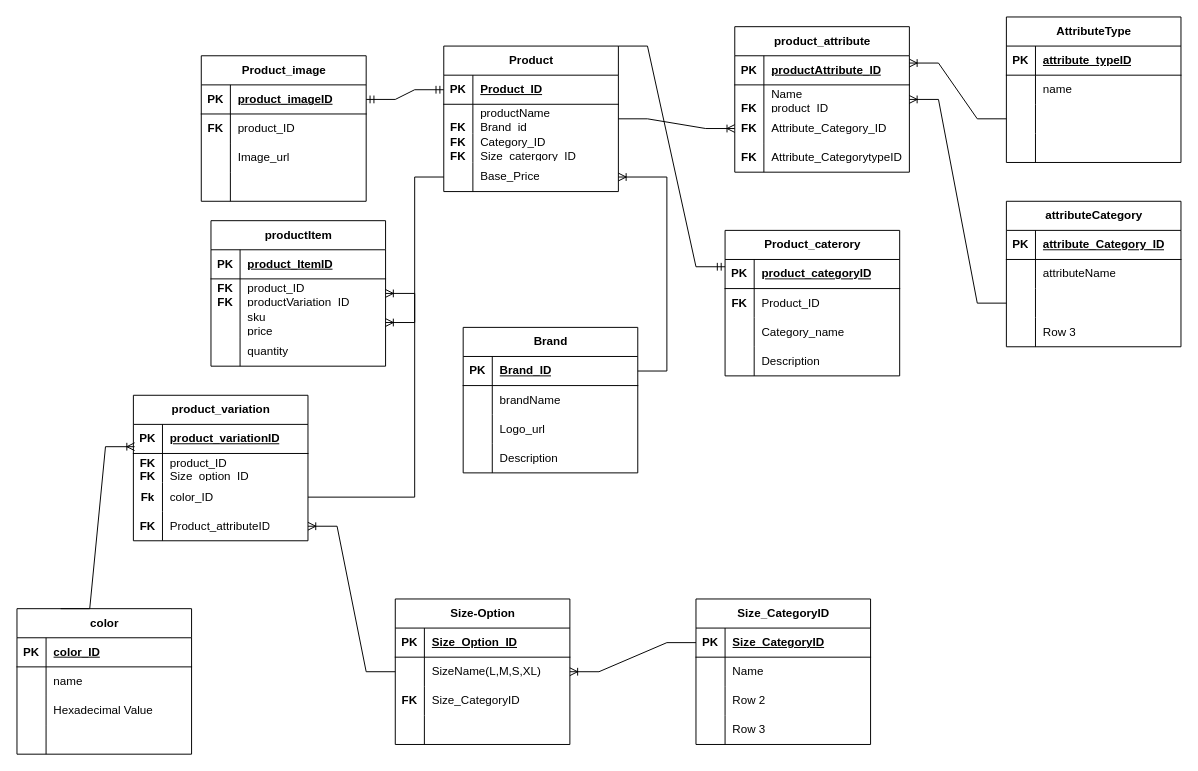
The draw.io diagram assets/files/e-commerceERD.drawio in LisanzaTabby/LisanzaPortfolio, before the edit. Source tidied: cells renumbered, new cells numbered last; positions are measured from the earlier drawing's top-left corner, leaving out a move shared by most shapes. Both pictures are drawn from the tidied source at 97%, with x=0, y=0 at pixel (16, 16).
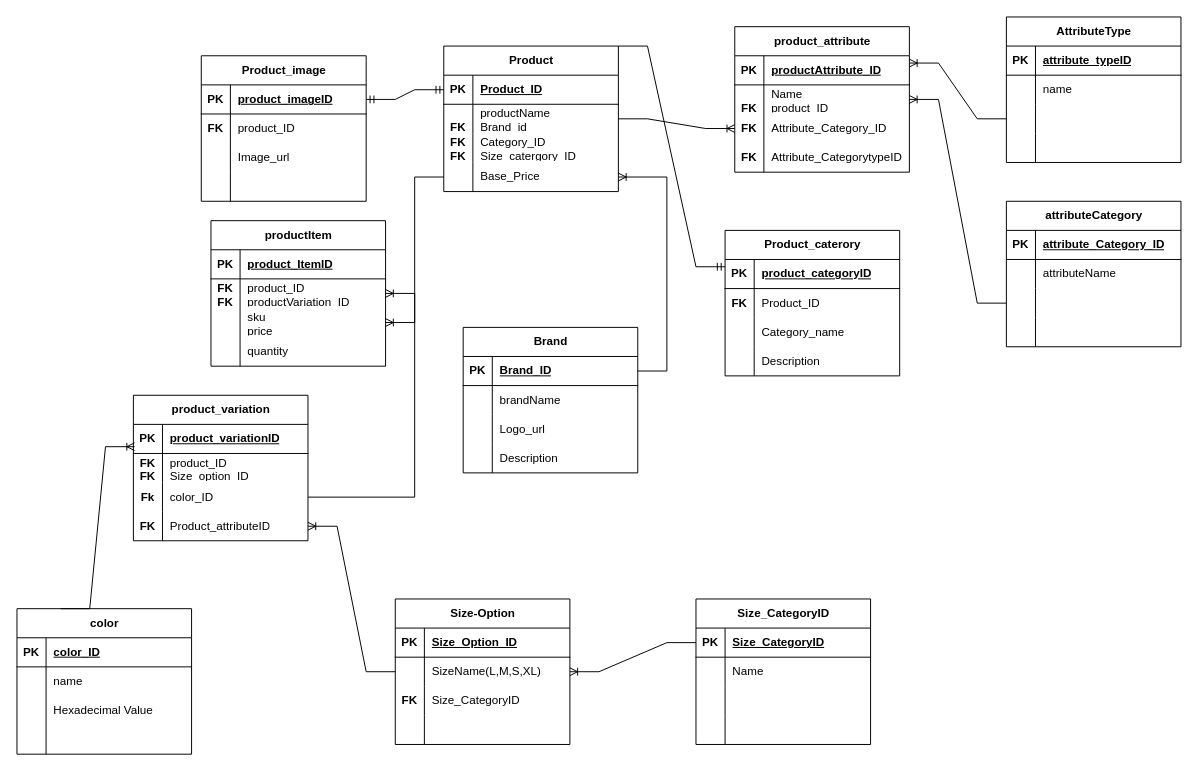
The same diagram, later.

Unchanged cells that the change refers to:
```xml
<mxCell id="87" style="shape=tableRow;horizontal=0;startSize=0;swimlaneHead=0;swimlaneBody=0;fillColor=none;top=0;left=0;right=0;bottom=0;" parent="80" vertex="1">
  <mxGeometry y="90" width="180" height="30" as="geometry" />
</mxCell>
<mxCell id="90" style="shape=tableRow;horizontal=0;startSize=0;swimlaneHead=0;swimlaneBody=0;fillColor=none;top=0;left=0;right=0;bottom=0;" parent="80" vertex="1">
  <mxGeometry y="120" width="180" height="30" as="geometry" />
</mxCell>
<mxCell id="142" style="shape=tableRow;horizontal=0;startSize=0;swimlaneHead=0;swimlaneBody=0;fillColor=none;top=0;left=0;right=0;bottom=0;" parent="132" vertex="1">
  <mxGeometry y="120" width="180" height="30" as="geometry" />
</mxCell>
```

Change to the diagram source:
```diff
@@
-    <mxCell id="89" value="Row 2" style="shape=partialRectangle;fillColor=none;top=0;left=0;bottom=0;right=0;align=left;spacingLeft=6;overflow=hidden;whiteSpace=wrap;html=1;" parent="87" vertex="1">
+    <mxCell id="89" style="shape=partialRectangle;fillColor=none;top=0;left=0;bottom=0;right=0;align=left;spacingLeft=6;overflow=hidden;whiteSpace=wrap;html=1;" parent="87" vertex="1">
       <mxGeometry x="30" width="150" height="30" as="geometry" />
     </mxCell>
@@
-    <mxCell id="92" value="Row 3" style="shape=partialRectangle;fillColor=none;top=0;left=0;bottom=0;right=0;align=left;spacingLeft=6;overflow=hidden;whiteSpace=wrap;html=1;" parent="90" vertex="1">
+    <mxCell id="92" style="shape=partialRectangle;fillColor=none;top=0;left=0;bottom=0;right=0;align=left;spacingLeft=6;overflow=hidden;whiteSpace=wrap;html=1;" parent="90" vertex="1">
       <mxGeometry x="30" width="150" height="30" as="geometry" />
     </mxCell>
@@
-    <mxCell id="144" value="Row 3" style="shape=partialRectangle;fillColor=none;top=0;left=0;bottom=0;right=0;align=left;spacingLeft=6;overflow=hidden;whiteSpace=wrap;html=1;" parent="142" vertex="1">
+    <mxCell id="144" style="shape=partialRectangle;fillColor=none;top=0;left=0;bottom=0;right=0;align=left;spacingLeft=6;overflow=hidden;whiteSpace=wrap;html=1;" parent="142" vertex="1">
       <mxGeometry x="30" width="150" height="30" as="geometry" />
     </mxCell>
```
